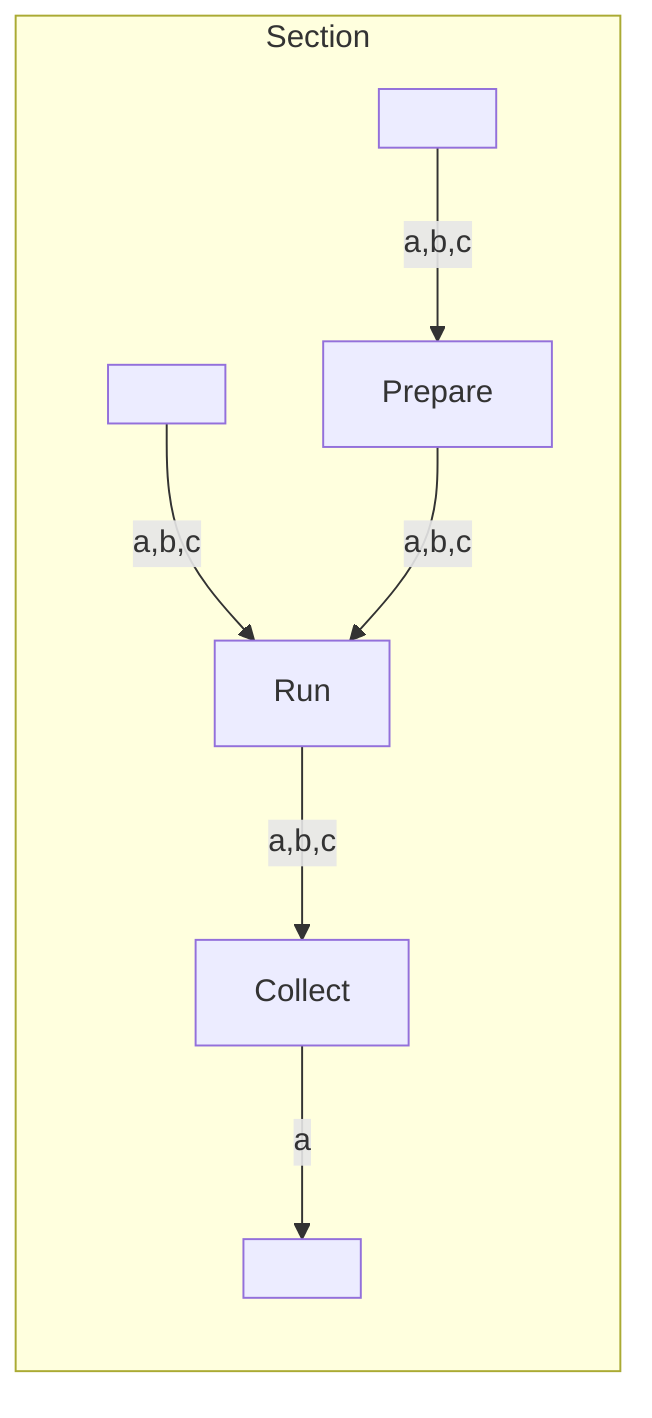
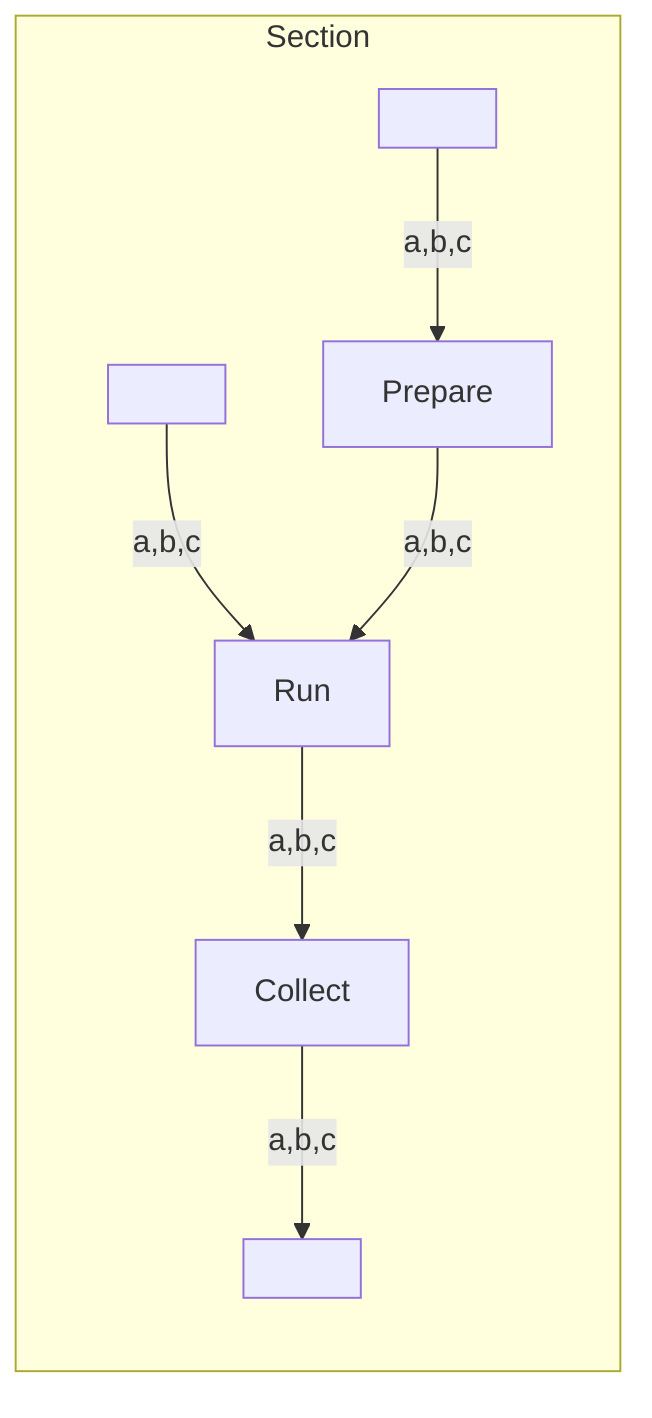
%%metro title: Rail off-track fan
%%metro style: dark
%%metro line_spread: rails
%%metro line: a | Alpha | #2db572
%%metro line: b | Beta | #f4a300
%%metro line: c | Gamma | #0570b0
%%metro file: meta_csv | CSV | Meta
%%metro file: report_csv | CSV | Report
%%metro off_track: meta_csv
%%metro off_track: report_csv

graph LR
    subgraph sec [Section]
        seed[ ]
        prep[Prepare]
        meta_csv[ ]
        run[Run]
        sink[Collect]
        report_csv[ ]

        seed -->|a,b,c| prep
        meta_csv -->|a,b,c| run
        prep -->|a,b,c| run
        run -->|a,b,c| sink
-         sink -->|a| report_csv
+         sink -->|a,b,c| report_csv
    end
